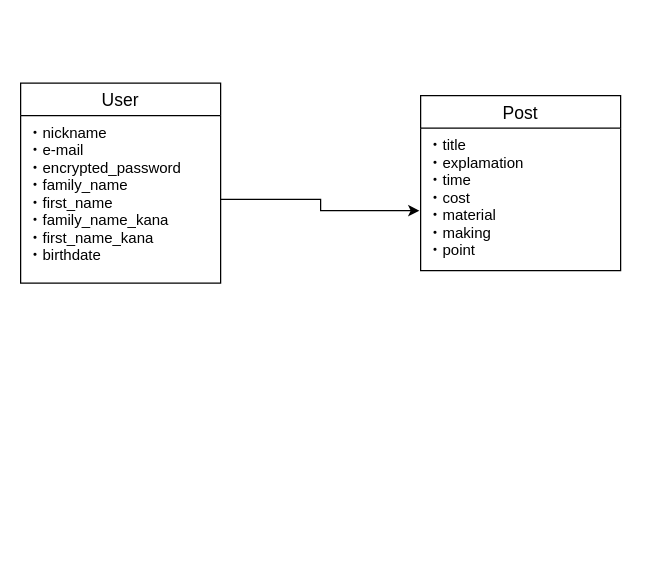
Before: simplycook.dio in yuta0822/simplycook, a draw.io diagram. Source tidied: cells renumbered, new cells numbered last; positions are measured from the earlier drawing's top-left corner, leaving out a move shared by most shapes. Both pictures are drawn from the tidied source at 125%, with x=0, y=0 at pixel (20, 82).
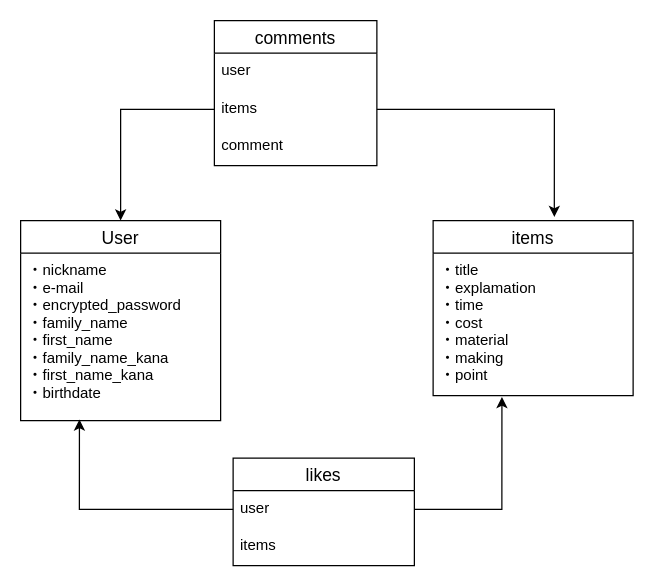
The same diagram, later.

The edit, as a diff of the source:
```diff
@@
 <mxGraphModel>
   <root>
     <mxCell id="0" />
     <mxCell id="1" parent="0" />
     <mxCell id="2" value="User" style="swimlane;fontStyle=0;horizontal=1;startSize=26;align=center;fontSize=14;" parent="1" vertex="1">
-      <mxGeometry width="160" height="160" as="geometry" />
+      <mxGeometry y="110" width="160" height="160" as="geometry" />
     </mxCell>
     <mxCell id="3" value="・nickname&#10;・e-mail&#10;・encrypted_password&#10;・family_name&#10;・first_name&#10;・family_name_kana&#10;・first_name_kana&#10;・birthdate" style="text;strokeColor=none;fillColor=none;spacingLeft=4;spacingRight=4;overflow=hidden;points=[[0,0.5],[1,0.5]];portConstraint=eastwest;fontSize=12;" parent="2" vertex="1">
       <mxGeometry y="26" width="160" height="134" as="geometry" />
     </mxCell>
-    <mxCell id="4" value="Post" style="swimlane;fontStyle=0;horizontal=1;startSize=26;align=center;fontSize=14;" parent="1" vertex="1">
-      <mxGeometry x="320" y="10" width="160" height="140" as="geometry" />
+    <mxCell id="4" value="items" style="swimlane;fontStyle=0;horizontal=1;startSize=26;align=center;fontSize=14;" parent="1" vertex="1">
+      <mxGeometry x="330" y="110" width="160" height="140" as="geometry" />
     </mxCell>
     <mxCell id="5" value="・title&#10;・explamation&#10;・time&#10;・cost&#10;・material&#10;・making&#10;・point" style="text;strokeColor=none;fillColor=none;spacingLeft=4;spacingRight=4;overflow=hidden;points=[[0,0.5],[1,0.5]];portConstraint=eastwest;fontSize=12;" parent="4" vertex="1">
       <mxGeometry y="26" width="160" height="114" as="geometry" />
     </mxCell>
-    <mxCell id="6" style="edgeStyle=orthogonalEdgeStyle;rounded=0;jettySize=auto;html=1;entryX=-0.006;entryY=0.579;entryDx=0;entryDy=0;entryPerimeter=0;" parent="1" edge="1" source="3" target="5">
-      <mxGeometry relative="1" as="geometry" />
-    </mxCell>
+    <mxCell id="7" value="likes" style="swimlane;fontStyle=0;horizontal=1;startSize=26;align=center;fontSize=14;" parent="1" vertex="1">
+      <mxGeometry x="170" y="300" width="145" height="86" as="geometry" />
+    </mxCell>
+    <mxCell id="8" value="user&#10;" style="text;strokeColor=none;fillColor=none;spacingLeft=4;spacingRight=4;overflow=hidden;points=[[0,0.5],[1,0.5]];portConstraint=eastwest;fontSize=12;" parent="7" vertex="1">
+      <mxGeometry y="26" width="145" height="30" as="geometry" />
+    </mxCell>
+    <mxCell id="9" value="items" style="text;strokeColor=none;fillColor=none;spacingLeft=4;spacingRight=4;overflow=hidden;fontSize=12;" parent="7" vertex="1">
+      <mxGeometry y="56" width="145" height="30" as="geometry" />
+    </mxCell>
+    <mxCell id="10" style="edgeStyle=orthogonalEdgeStyle;rounded=0;jettySize=auto;html=1;exitX=1;exitY=0.5;exitDx=0;exitDy=0;entryX=0.344;entryY=1.009;entryDx=0;entryDy=0;entryPerimeter=0;" parent="1" edge="1" source="8" target="5">
+      <mxGeometry relative="1" as="geometry" />
+    </mxCell>
+    <mxCell id="11" style="edgeStyle=orthogonalEdgeStyle;rounded=0;jettySize=auto;html=1;entryX=0.294;entryY=0.993;entryDx=0;entryDy=0;entryPerimeter=0;" parent="1" edge="1" source="8" target="3">
+      <mxGeometry relative="1" as="geometry" />
+    </mxCell>
+    <mxCell id="12" value="comments" style="swimlane;fontStyle=0;horizontal=1;startSize=26;align=center;fontSize=14;" parent="1" vertex="1">
+      <mxGeometry x="155" y="-50" width="130" height="116" as="geometry" />
+    </mxCell>
+    <mxCell id="13" value="user" style="text;strokeColor=none;fillColor=none;spacingLeft=4;spacingRight=4;overflow=hidden;fontSize=12;" parent="12" vertex="1">
+      <mxGeometry y="26" width="130" height="30" as="geometry" />
+    </mxCell>
+    <mxCell id="14" value="items" style="text;strokeColor=none;fillColor=none;spacingLeft=4;spacingRight=4;overflow=hidden;points=[[0,0.5],[1,0.5]];portConstraint=eastwest;fontSize=12;" parent="12" vertex="1">
+      <mxGeometry y="56" width="130" height="30" as="geometry" />
+    </mxCell>
+    <mxCell id="15" value="comment&#10;" style="text;strokeColor=none;fillColor=none;spacingLeft=4;spacingRight=4;overflow=hidden;fontSize=12;" parent="12" vertex="1">
+      <mxGeometry y="86" width="130" height="30" as="geometry" />
+    </mxCell>
+    <mxCell id="16" style="edgeStyle=orthogonalEdgeStyle;rounded=0;jettySize=auto;html=1;entryX=0.5;entryY=0;entryDx=0;entryDy=0;" parent="1" edge="1" source="14" target="2">
+      <mxGeometry relative="1" as="geometry" />
+    </mxCell>
+    <mxCell id="17" style="edgeStyle=orthogonalEdgeStyle;rounded=0;jettySize=auto;html=1;entryX=0.606;entryY=-0.021;entryDx=0;entryDy=0;entryPerimeter=0;" parent="1" edge="1" source="14" target="4">
+      <mxGeometry relative="1" as="geometry" />
+    </mxCell>
   </root>
 </mxGraphModel>
```
